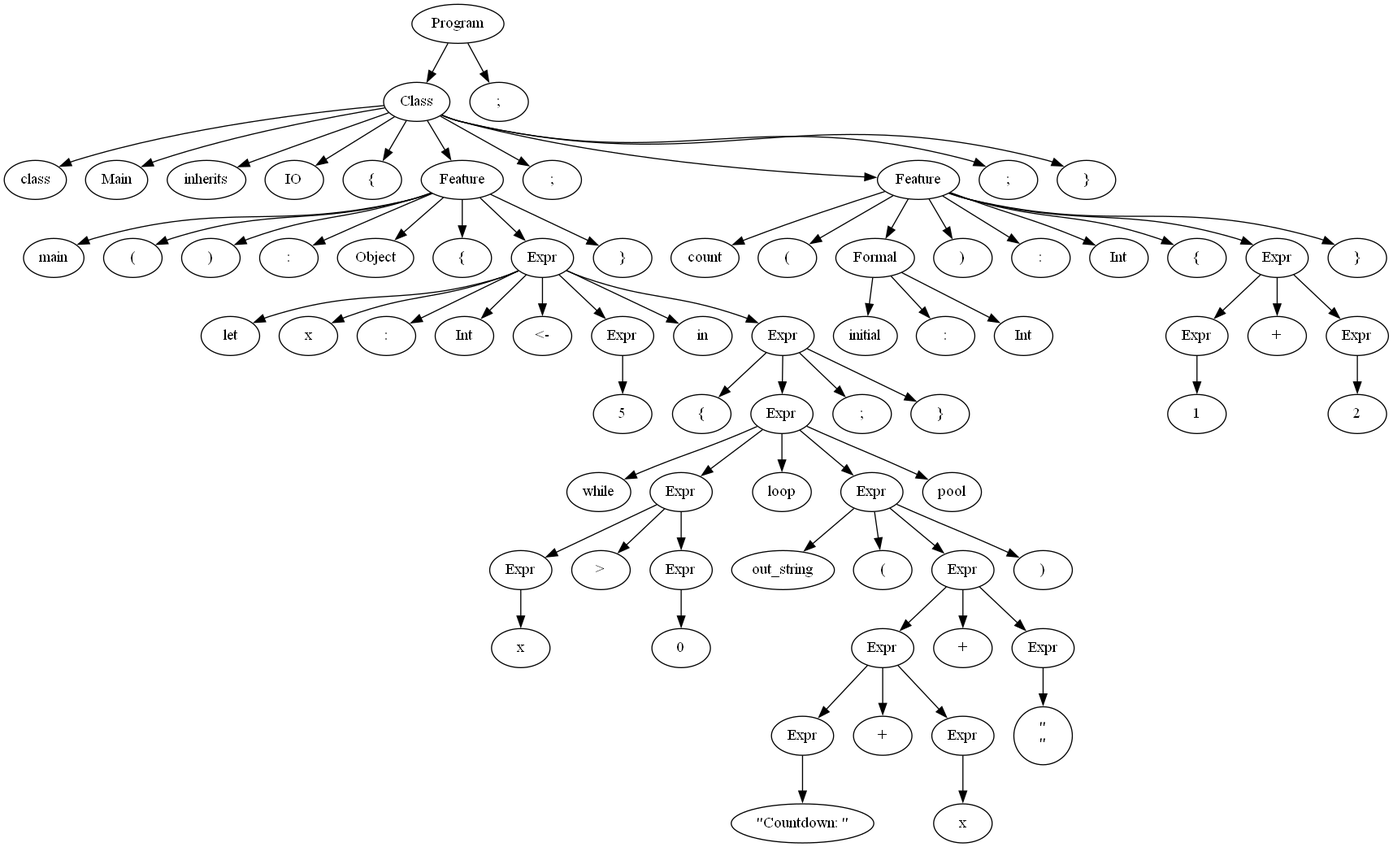
Above: output.gv.png in Manuel-Archila/Proyecto0_CC (Graphviz), before the change. Its source is kept beside it as output.gv.
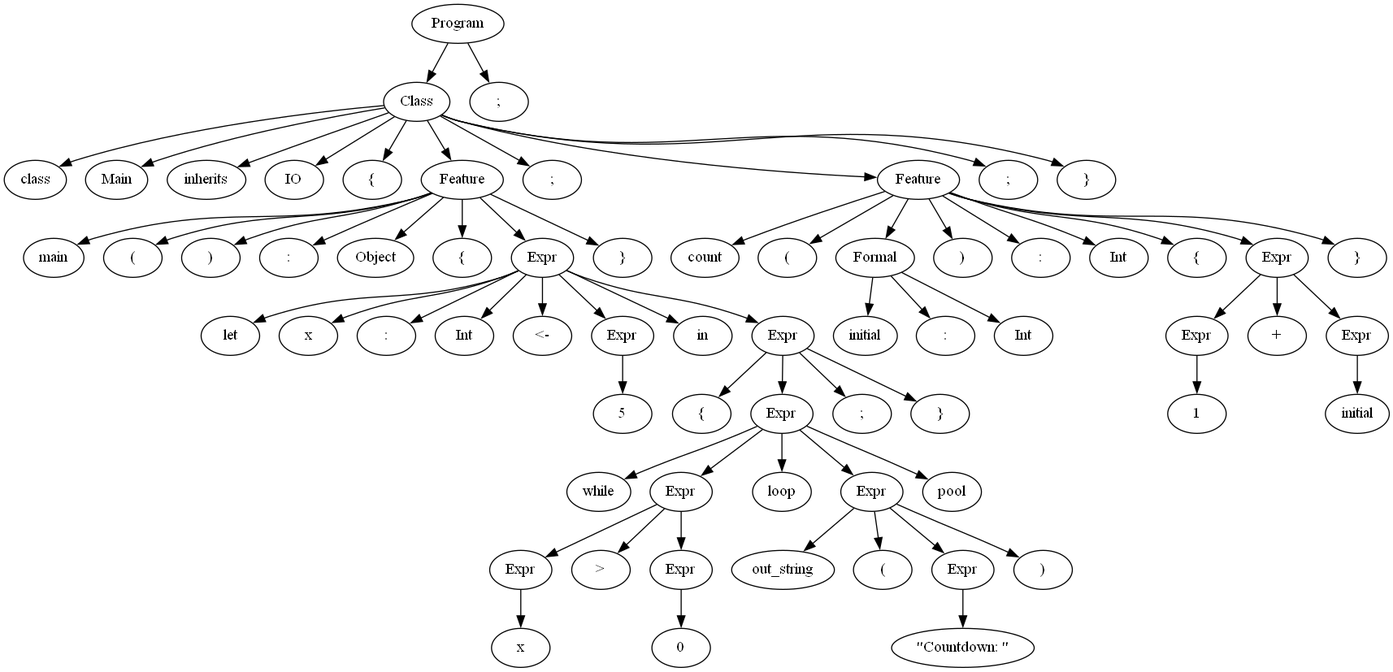
Above is the later version.

The edit, as a diff of the source:
```diff
@@ -75,75 +75,59 @@
 	34 -> 37
 	37 [label=Expr]
 	37 -> 38
-	38 [label=Expr]
-	38 -> 39
-	39 [label=Expr]
-	39 -> 40
-	40 [label="\"Countdown: \""]
-	38 -> 41
-	41 [label="+"]
-	38 -> 42
-	42 [label=Expr]
-	42 -> 43
-	43 [label=x]
-	37 -> 44
-	44 [label="+"]
-	37 -> 45
-	45 [label=Expr]
+	38 [label="\"Countdown: \""]
+	34 -> 39
+	39 [label=")"]
+	25 -> 40
+	40 [label=pool]
+	23 -> 41
+	41 [label=";"]
+	23 -> 42
+	42 [label="}"]
+	7 -> 43
+	43 [label="}"]
+	1 -> 44
+	44 [label=";"]
+	1 -> 45
+	45 [label=Feature]
 	45 -> 46
-	46 [label="\"\n\""]
-	34 -> 47
-	47 [label=")"]
-	25 -> 48
-	48 [label=pool]
-	23 -> 49
-	49 [label=";"]
-	23 -> 50
-	50 [label="}"]
-	7 -> 51
-	51 [label="}"]
-	1 -> 52
-	52 [label=";"]
-	1 -> 53
-	53 [label=Feature]
-	53 -> 54
-	54 [label=count]
-	53 -> 55
-	55 [label="("]
-	53 -> 56
-	56 [label=Formal]
+	46 [label=count]
+	45 -> 47
+	47 [label="("]
+	45 -> 48
+	48 [label=Formal]
+	48 -> 49
+	49 [label=initial]
+	48 -> 50
+	50 [label=":"]
+	48 -> 51
+	51 [label=Int]
+	45 -> 52
+	52 [label=")"]
+	45 -> 53
+	53 [label=":"]
+	45 -> 54
+	54 [label=Int]
+	45 -> 55
+	55 [label="{"]
+	45 -> 56
+	56 [label=Expr]
 	56 -> 57
-	57 [label=initial]
-	56 -> 58
-	58 [label=":"]
+	57 [label=Expr]
+	57 -> 58
+	58 [label=1]
 	56 -> 59
-	59 [label=Int]
-	53 -> 60
-	60 [label=")"]
-	53 -> 61
-	61 [label=":"]
-	53 -> 62
-	62 [label=Int]
-	53 -> 63
-	63 [label="{"]
-	53 -> 64
-	64 [label=Expr]
-	64 -> 65
-	65 [label=Expr]
-	65 -> 66
-	66 [label=1]
-	64 -> 67
-	67 [label="+"]
-	64 -> 68
-	68 [label=Expr]
-	68 -> 69
-	69 [label=2]
-	53 -> 70
-	70 [label="}"]
-	1 -> 71
-	71 [label=";"]
-	1 -> 72
-	72 [label="}"]
-	0 -> 73
-	73 [label=";"]
+	59 [label="+"]
+	56 -> 60
+	60 [label=Expr]
+	60 -> 61
+	61 [label=initial]
+	45 -> 62
+	62 [label="}"]
+	1 -> 63
+	63 [label=";"]
+	1 -> 64
+	64 [label="}"]
+	0 -> 65
+	65 [label=";"]
 }
```
